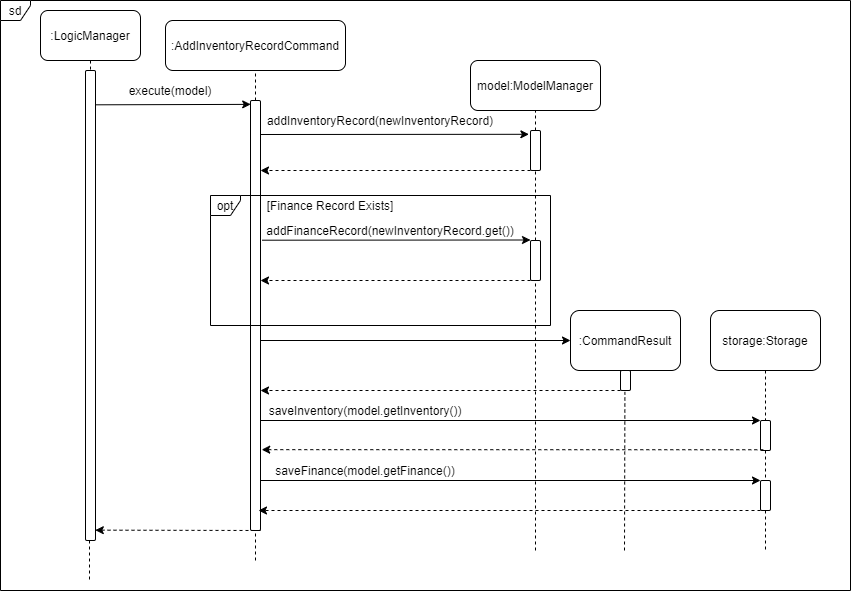
Before: docs/images/InventoryCommandExecuteSequenceDiagram.png, a diagram exported from draw.io (nus-cs2103-AY2021S1/tp). Source tidied: cells renumbered, new cells last; positions are measured from the earlier drawing's top-left corner, leaving out a move shared by most shapes.
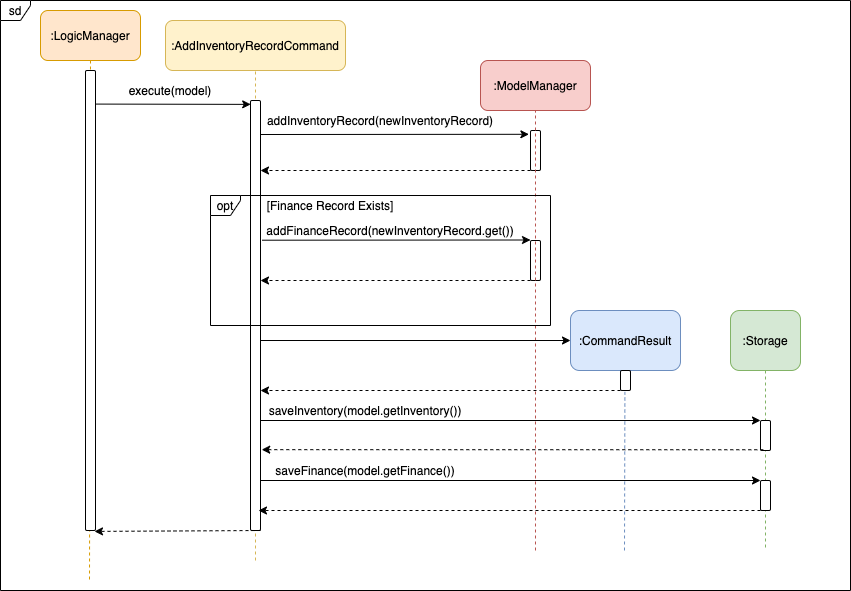
The same diagram one commit later.

Change to the diagram source:
```diff
@@ -2,53 +2,43 @@
   <root>
     <mxCell id="0" />
     <mxCell id="1" parent="0" />
+    <mxCell id="5" style="endArrow=none;dashed=1;html=1;entryX=0.5;entryY=1;entryDx=0;entryDy=0;fillColor=#fff2cc;strokeColor=#d6b656;" parent="1" edge="1" target="2">
+      <mxGeometry relative="1" as="geometry">
+        <mxPoint x="255" y="560" as="sourcePoint" />
+      </mxGeometry>
+    </mxCell>
+    <mxCell id="9" style="endArrow=none;dashed=1;html=1;fillColor=#ffe6cc;strokeColor=#d79b00;exitX=0.5;exitY=1;exitDx=0;exitDy=0;" parent="1" edge="1" source="6">
+      <mxGeometry relative="1" as="geometry">
+        <mxPoint x="89" y="580" as="targetPoint" />
+      </mxGeometry>
+    </mxCell>
+    <mxCell id="30" value="sd" style="shape=umlFrame;whiteSpace=wrap;html=1;rounded=1;width=30;height=20;" parent="1" vertex="1">
+      <mxGeometry width="850" height="590" as="geometry" />
+    </mxCell>
-    <mxCell id="2" value=":AddInventoryRecordCommand" style="rounded=1;whiteSpace=wrap;html=1;" parent="1" vertex="1">
+    <mxCell id="2" value=":AddInventoryRecordCommand" style="rounded=1;whiteSpace=wrap;html=1;fillColor=#fff2cc;strokeColor=#d6b656;" parent="1" vertex="1">
       <mxGeometry x="165" y="20" width="180" height="50" as="geometry" />
     </mxCell>
-    <mxCell id="3" style="endArrow=none;dashed=1;html=1;entryX=0.5;entryY=1;entryDx=0;entryDy=0;" parent="1" edge="1" source="4" target="2">
-      <mxGeometry relative="1" as="geometry" />
-    </mxCell>
     <mxCell id="4" style="html=1;points=[];perimeter=orthogonalPerimeter;rounded=1;" parent="1" vertex="1">
       <mxGeometry x="250" y="100" width="10" height="430" as="geometry" />
     </mxCell>
-    <mxCell id="5" style="endArrow=none;dashed=1;html=1;entryX=0.5;entryY=1;entryDx=0;entryDy=0;" parent="1" edge="1" target="4">
-      <mxGeometry relative="1" as="geometry">
-        <mxPoint x="255" y="560" as="sourcePoint" />
-      </mxGeometry>
-    </mxCell>
-    <mxCell id="6" value=":LogicManager" style="rounded=1;whiteSpace=wrap;html=1;" parent="1" vertex="1">
+    <mxCell id="6" value=":LogicManager" style="rounded=1;whiteSpace=wrap;html=1;fillColor=#ffe6cc;strokeColor=#d79b00;" parent="1" vertex="1">
       <mxGeometry x="40" y="10" width="100" height="50" as="geometry" />
     </mxCell>
-    <mxCell id="7" style="endArrow=none;dashed=1;html=1;exitX=0.5;exitY=-0.002;exitDx=0;exitDy=0;exitPerimeter=0;entryX=0.5;entryY=1;entryDx=0;entryDy=0;" parent="1" edge="1" source="8" target="6">
-      <mxGeometry relative="1" as="geometry" />
-    </mxCell>
     <mxCell id="8" style="html=1;points=[];perimeter=orthogonalPerimeter;rounded=1;" parent="1" vertex="1">
-      <mxGeometry x="85" y="70" width="10" height="470" as="geometry" />
+      <mxGeometry x="85" y="70" width="10" height="460" as="geometry" />
     </mxCell>
-    <mxCell id="9" style="endArrow=none;dashed=1;html=1;" parent="1" edge="1">
-      <mxGeometry relative="1" as="geometry">
-        <mxPoint x="89" y="540" as="sourcePoint" />
-        <mxPoint x="89" y="580" as="targetPoint" />
-      </mxGeometry>
-    </mxCell>
     <mxCell id="10" style="endArrow=classic;html=1;entryX=0.02;entryY=0.009;entryDx=0;entryDy=0;entryPerimeter=0;exitX=1.06;exitY=0.073;exitDx=0;exitDy=0;exitPerimeter=0;" parent="1" edge="1" source="8" target="4">
       <mxGeometry relative="1" as="geometry" />
     </mxCell>
     <mxCell id="11" value="execute(model)" style="text;html=1;strokeColor=none;fillColor=none;align=center;verticalAlign=middle;whiteSpace=wrap;rounded=0;" parent="1" vertex="1">
       <mxGeometry x="150" y="80" width="40" height="20" as="geometry" />
     </mxCell>
-    <mxCell id="12" value="model:ModelManager" style="rounded=1;whiteSpace=wrap;html=1;" parent="1" vertex="1">
-      <mxGeometry x="470" y="60" width="130" height="50" as="geometry" />
+    <mxCell id="12" value=":ModelManager" style="rounded=1;whiteSpace=wrap;html=1;fillColor=#f8cecc;strokeColor=#b85450;" parent="1" vertex="1">
+      <mxGeometry x="480" y="60" width="110" height="50" as="geometry" />
     </mxCell>
-    <mxCell id="13" style="endArrow=none;dashed=1;html=1;entryX=0.5;entryY=1;entryDx=0;entryDy=0;" parent="1" edge="1" source="14" target="12">
-      <mxGeometry relative="1" as="geometry" />
-    </mxCell>
     <mxCell id="14" style="html=1;points=[];perimeter=orthogonalPerimeter;rounded=1;" parent="1" vertex="1">
       <mxGeometry x="530" y="130" width="10" height="40" as="geometry" />
     </mxCell>
-    <mxCell id="15" style="endArrow=none;dashed=1;html=1;entryX=0.5;entryY=1;entryDx=0;entryDy=0;" parent="1" edge="1" source="20" target="14">
-      <mxGeometry relative="1" as="geometry" />
-    </mxCell>
     <mxCell id="16" style="endArrow=classic;html=1;entryX=-0.16;entryY=0.095;entryDx=0;entryDy=0;entryPerimeter=0;" parent="1" edge="1" target="14">
       <mxGeometry relative="1" as="geometry">
         <mxPoint x="260" y="134" as="sourcePoint" />
@@ -72,7 +62,7 @@
     <mxCell id="20" style="html=1;points=[];perimeter=orthogonalPerimeter;rounded=1;" parent="1" vertex="1">
       <mxGeometry x="530" y="240" width="10" height="40" as="geometry" />
     </mxCell>
-    <mxCell id="21" style="endArrow=none;dashed=1;html=1;entryX=0.5;entryY=1;entryDx=0;entryDy=0;" parent="1" edge="1" target="20">
+    <mxCell id="21" style="endArrow=none;dashed=1;html=1;entryX=0.5;entryY=1;entryDx=0;entryDy=0;fillColor=#f8cecc;strokeColor=#b85450;" parent="1" edge="1" target="12">
       <mxGeometry relative="1" as="geometry">
         <mxPoint x="535" y="550" as="sourcePoint" />
       </mxGeometry>
@@ -98,7 +88,7 @@
         <mxPoint x="570" y="340" as="targetPoint" />
       </mxGeometry>
     </mxCell>
-    <mxCell id="27" value=":CommandResult" style="rounded=1;whiteSpace=wrap;html=1;" parent="1" vertex="1">
+    <mxCell id="27" value=":CommandResult" style="rounded=1;whiteSpace=wrap;html=1;fillColor=#dae8fc;strokeColor=#6c8ebf;" parent="1" vertex="1">
       <mxGeometry x="570" y="310" width="110" height="60" as="geometry" />
     </mxCell>
     <mxCell id="28" style="html=1;points=[];perimeter=orthogonalPerimeter;rounded=1;" parent="1" vertex="1">
@@ -110,19 +100,16 @@
         <mxPoint x="260" y="390" as="targetPoint" />
       </mxGeometry>
     </mxCell>
-    <mxCell id="30" value="sd" style="shape=umlFrame;whiteSpace=wrap;html=1;rounded=1;width=30;height=20;" parent="1" vertex="1">
-      <mxGeometry width="850" height="590" as="geometry" />
-    </mxCell>
     <mxCell id="31" style="endArrow=classic;html=1;" parent="1" edge="1">
       <mxGeometry relative="1" as="geometry">
         <mxPoint x="260" y="420" as="sourcePoint" />
         <mxPoint x="760" y="420" as="targetPoint" />
       </mxGeometry>
     </mxCell>
-    <mxCell id="32" value="storage:Storage" style="rounded=1;whiteSpace=wrap;html=1;" parent="1" vertex="1">
-      <mxGeometry x="710" y="310" width="110" height="60" as="geometry" />
+    <mxCell id="32" value=":Storage" style="rounded=1;whiteSpace=wrap;html=1;fillColor=#d5e8d4;strokeColor=#82b366;" parent="1" vertex="1">
+      <mxGeometry x="730" y="310" width="70" height="60" as="geometry" />
     </mxCell>
-    <mxCell id="33" style="endArrow=none;dashed=1;html=1;exitX=0.5;exitY=1;exitDx=0;exitDy=0;" parent="1" edge="1" source="38">
+    <mxCell id="33" style="endArrow=none;dashed=1;html=1;exitX=0.5;exitY=1;exitDx=0;exitDy=0;fillColor=#d5e8d4;strokeColor=#82b366;" parent="1" edge="1" source="32">
       <mxGeometry relative="1" as="geometry">
         <mxPoint x="765" y="550" as="targetPoint" />
       </mxGeometry>
@@ -130,9 +117,6 @@
     <mxCell id="34" style="html=1;points=[];perimeter=orthogonalPerimeter;rounded=1;" parent="1" vertex="1">
       <mxGeometry x="760" y="420" width="10" height="30" as="geometry" />
     </mxCell>
-    <mxCell id="35" style="endArrow=none;dashed=1;html=1;exitX=0.5;exitY=1;exitDx=0;exitDy=0;" parent="1" edge="1" source="32" target="34">
-      <mxGeometry relative="1" as="geometry" />
-    </mxCell>
     <mxCell id="36" value="saveInventory(model.getInventory())" style="text;html=1;strokeColor=none;fillColor=none;align=center;verticalAlign=middle;whiteSpace=wrap;rounded=0;" parent="1" vertex="1">
       <mxGeometry x="345" y="400" width="40" height="20" as="geometry" />
     </mxCell>
@@ -142,9 +126,6 @@
     <mxCell id="38" style="html=1;points=[];perimeter=orthogonalPerimeter;rounded=1;" parent="1" vertex="1">
       <mxGeometry x="760" y="480" width="10" height="30" as="geometry" />
     </mxCell>
-    <mxCell id="39" style="endArrow=none;dashed=1;html=1;exitX=0.5;exitY=1;exitDx=0;exitDy=0;" parent="1" edge="1" source="34" target="38">
-      <mxGeometry relative="1" as="geometry" />
-    </mxCell>
     <mxCell id="40" style="endArrow=classic;html=1;" parent="1" edge="1">
       <mxGeometry relative="1" as="geometry">
         <mxPoint x="260" y="480" as="sourcePoint" />
@@ -160,12 +141,12 @@
     <mxCell id="42" value="saveFinance(model.getFinance())" style="text;html=1;strokeColor=none;fillColor=none;align=center;verticalAlign=middle;whiteSpace=wrap;rounded=0;" parent="1" vertex="1">
       <mxGeometry x="345" y="460" width="40" height="20" as="geometry" />
     </mxCell>
-    <mxCell id="43" style="endArrow=classic;html=1;dashed=1;entryX=0.98;entryY=0.978;entryDx=0;entryDy=0;entryPerimeter=0;" parent="1" edge="1" target="8">
+    <mxCell id="43" style="endArrow=classic;html=1;dashed=1;entryX=0.9;entryY=1.002;entryDx=0;entryDy=0;entryPerimeter=0;" parent="1" edge="1" target="8">
       <mxGeometry relative="1" as="geometry">
         <mxPoint x="260" y="530" as="sourcePoint" />
       </mxGeometry>
     </mxCell>
-    <mxCell id="44" style="endArrow=none;dashed=1;html=1;entryX=0.44;entryY=1.07;entryDx=0;entryDy=0;entryPerimeter=0;" parent="1" edge="1" target="28">
+    <mxCell id="44" style="endArrow=none;dashed=1;html=1;entryX=0.44;entryY=1.07;entryDx=0;entryDy=0;entryPerimeter=0;fillColor=#dae8fc;strokeColor=#6c8ebf;" parent="1" edge="1" target="28">
       <mxGeometry relative="1" as="geometry">
         <mxPoint x="624" y="550" as="sourcePoint" />
       </mxGeometry>
```
